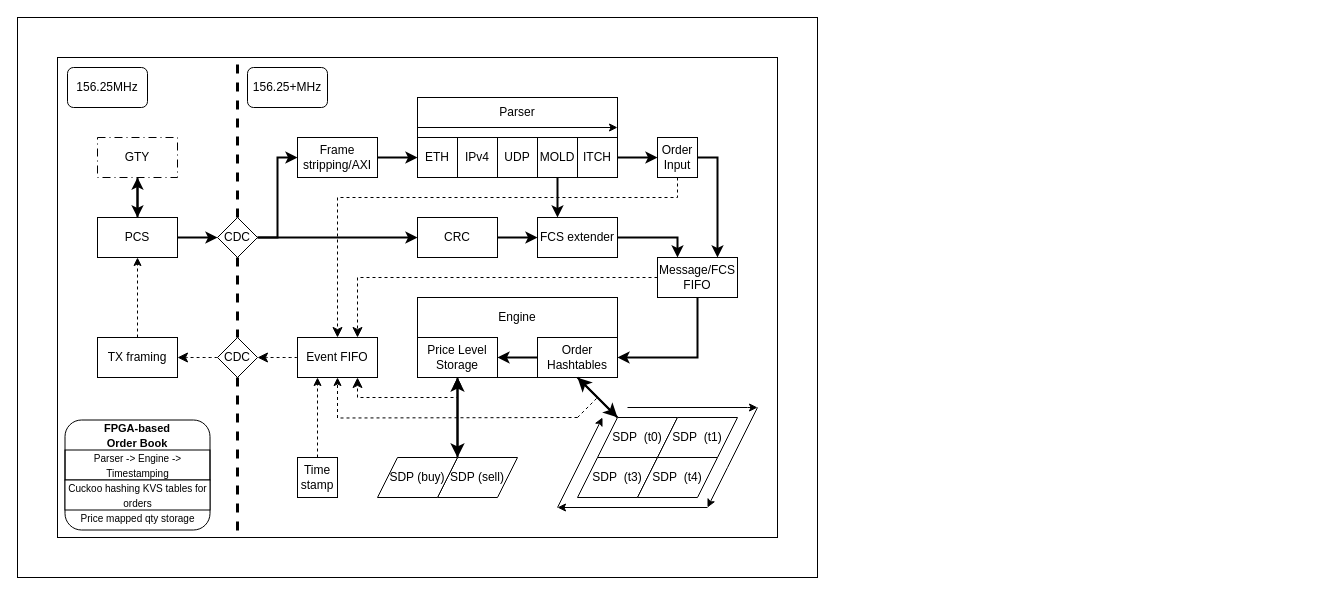
Before: orderbookdiagram.drawio in YummyDog/FPGA_Orderbook, a draw.io diagram. Source tidied: cells renumbered, new cells numbered last; positions are measured from the earlier drawing's top-left corner, leaving out a move shared by most shapes. Both pictures are drawn from the tidied source at 100%, with x=0, y=0 at pixel (17, 17).
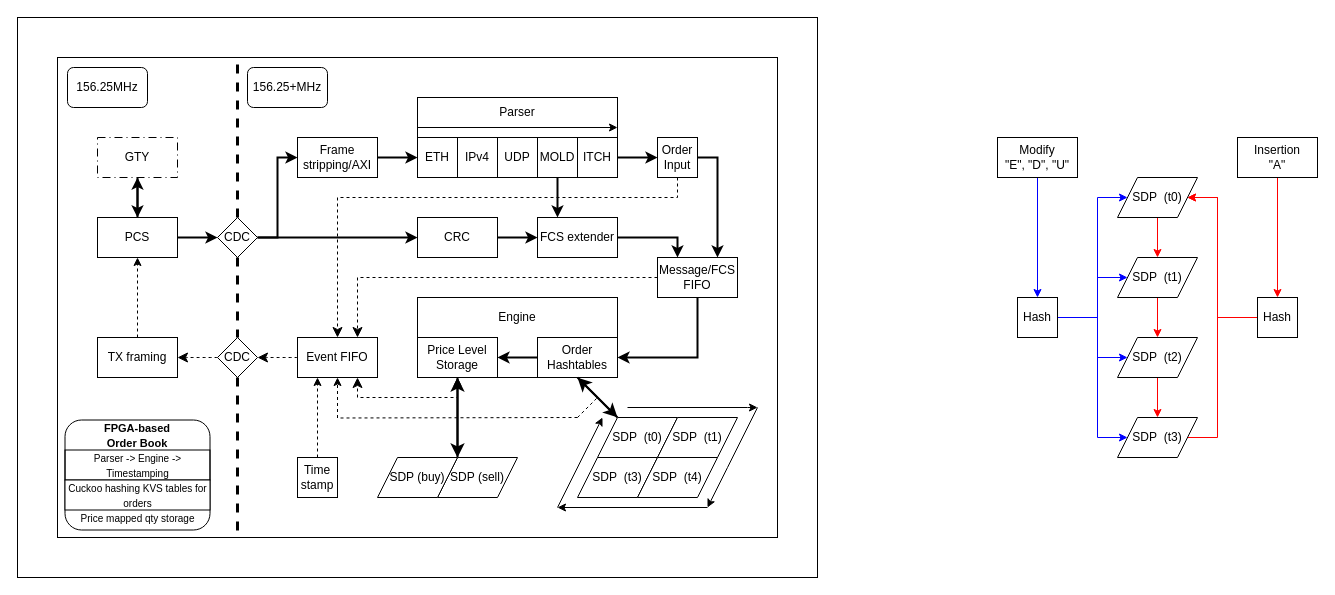
The same page after the edit.

Diff of the diagram source:
```diff
@@
+    <mxCell id="79" style="edgeStyle=orthogonalEdgeStyle;rounded=0;jettySize=auto;html=1;exitX=0.5;exitY=1;exitDx=0;exitDy=0;entryX=0.5;entryY=0;entryDx=0;entryDy=0;strokeColor=#FF0000;" parent="1" edge="1" source="80" target="82">
+      <mxGeometry relative="1" as="geometry" />
+    </mxCell>
+    <mxCell id="80" value="SDP&amp;nbsp; (t0)" style="shape=parallelogram;perimeter=parallelogramPerimeter;whiteSpace=wrap;html=1;shapeInside=1;fixedSize=1;" parent="1" vertex="1">
+      <mxGeometry x="1100" y="160" width="80" height="40" as="geometry" />
+    </mxCell>
+    <mxCell id="81" style="edgeStyle=orthogonalEdgeStyle;rounded=0;jettySize=auto;html=1;exitX=0.5;exitY=1;exitDx=0;exitDy=0;entryX=0.5;entryY=0;entryDx=0;entryDy=0;strokeColor=#FF0000;" parent="1" edge="1" source="82" target="84">
+      <mxGeometry relative="1" as="geometry" />
+    </mxCell>
+    <mxCell id="82" value="SDP&amp;nbsp; (t1)" style="shape=parallelogram;perimeter=parallelogramPerimeter;whiteSpace=wrap;html=1;shapeInside=1;fixedSize=1;" parent="1" vertex="1">
+      <mxGeometry x="1100" y="240" width="80" height="40" as="geometry" />
+    </mxCell>
+    <mxCell id="83" style="edgeStyle=orthogonalEdgeStyle;rounded=0;jettySize=auto;html=1;exitX=0.5;exitY=1;exitDx=0;exitDy=0;entryX=0.5;entryY=0;entryDx=0;entryDy=0;strokeColor=#FF0000;" parent="1" edge="1" source="84" target="86">
+      <mxGeometry relative="1" as="geometry" />
+    </mxCell>
+    <mxCell id="84" value="SDP&amp;nbsp; (t2)" style="shape=parallelogram;perimeter=parallelogramPerimeter;whiteSpace=wrap;html=1;shapeInside=1;fixedSize=1;" parent="1" vertex="1">
+      <mxGeometry x="1100" y="320" width="80" height="40" as="geometry" />
+    </mxCell>
+    <mxCell id="85" style="edgeStyle=orthogonalEdgeStyle;rounded=0;jettySize=auto;html=1;exitX=1;exitY=0.5;exitDx=0;exitDy=0;entryX=1;entryY=0.5;entryDx=0;entryDy=0;strokeColor=#FF0000;" parent="1" edge="1" source="86" target="80">
+      <mxGeometry relative="1" as="geometry">
+        <Array as="points">
+          <mxPoint x="1200" y="420.1" />
+          <mxPoint x="1200" y="180.1" />
+        </Array>
+      </mxGeometry>
+    </mxCell>
+    <mxCell id="86" value="SDP&amp;nbsp; (t3)" style="shape=parallelogram;perimeter=parallelogramPerimeter;whiteSpace=wrap;html=1;shapeInside=1;fixedSize=1;" parent="1" vertex="1">
+      <mxGeometry x="1100" y="400" width="80" height="40" as="geometry" />
+    </mxCell>
+    <mxCell id="87" style="edgeStyle=orthogonalEdgeStyle;rounded=0;jettySize=auto;html=1;exitX=0;exitY=0.5;exitDx=0;exitDy=0;entryX=1;entryY=0.5;entryDx=0;entryDy=0;strokeColor=#FF0000;" parent="1" edge="1" target="80">
+      <mxGeometry relative="1" as="geometry">
+        <mxPoint x="1240" y="300" as="sourcePoint" />
+        <Array as="points">
+          <mxPoint x="1200" y="300" />
+          <mxPoint x="1200" y="180" />
+        </Array>
+      </mxGeometry>
+    </mxCell>
+    <mxCell id="88" value="Hash" style="whiteSpace=wrap;html=1;" parent="1" vertex="1">
+      <mxGeometry x="1240" y="280" width="40" height="40" as="geometry" />
+    </mxCell>
+    <mxCell id="89" style="edgeStyle=orthogonalEdgeStyle;rounded=0;jettySize=auto;html=1;exitX=1;exitY=0.5;exitDx=0;exitDy=0;entryX=0;entryY=0.5;entryDx=0;entryDy=0;strokeColor=#0000FF;" parent="1" edge="1" source="93" target="82">
+      <mxGeometry relative="1" as="geometry">
+        <Array as="points">
+          <mxPoint x="1080" y="300" />
+          <mxPoint x="1080" y="260" />
+        </Array>
+      </mxGeometry>
+    </mxCell>
+    <mxCell id="90" style="edgeStyle=orthogonalEdgeStyle;rounded=0;jettySize=auto;html=1;exitX=1;exitY=0.5;exitDx=0;exitDy=0;entryX=0;entryY=0.5;entryDx=0;entryDy=0;strokeColor=#0000FF;" parent="1" edge="1" source="93" target="80">
+      <mxGeometry relative="1" as="geometry">
+        <Array as="points">
+          <mxPoint x="1080" y="300" />
+          <mxPoint x="1080" y="180" />
+        </Array>
+      </mxGeometry>
+    </mxCell>
+    <mxCell id="91" style="edgeStyle=orthogonalEdgeStyle;rounded=0;jettySize=auto;html=1;exitX=1;exitY=0.5;exitDx=0;exitDy=0;entryX=0;entryY=0.5;entryDx=0;entryDy=0;strokeColor=#0000FF;" parent="1" edge="1" source="93" target="84">
+      <mxGeometry relative="1" as="geometry">
+        <Array as="points">
+          <mxPoint x="1080" y="300" />
+          <mxPoint x="1080" y="340" />
+        </Array>
+      </mxGeometry>
+    </mxCell>
+    <mxCell id="92" style="edgeStyle=orthogonalEdgeStyle;rounded=0;jettySize=auto;html=1;exitX=1;exitY=0.5;exitDx=0;exitDy=0;entryX=0;entryY=0.5;entryDx=0;entryDy=0;strokeColor=#0000FF;" parent="1" edge="1" source="93" target="86">
+      <mxGeometry relative="1" as="geometry">
+        <Array as="points">
+          <mxPoint x="1080" y="300" />
+          <mxPoint x="1080" y="420" />
+        </Array>
+      </mxGeometry>
+    </mxCell>
+    <mxCell id="93" value="Hash" style="whiteSpace=wrap;html=1;" parent="1" vertex="1">
+      <mxGeometry x="1000" y="280" width="40" height="40" as="geometry" />
+    </mxCell>
+    <mxCell id="94" style="edgeStyle=orthogonalEdgeStyle;rounded=0;jettySize=auto;html=1;exitX=0.5;exitY=1;exitDx=0;exitDy=0;entryX=0.5;entryY=0;entryDx=0;entryDy=0;strokeColor=#FF0000;" parent="1" edge="1" source="95" target="88">
+      <mxGeometry relative="1" as="geometry" />
+    </mxCell>
+    <mxCell id="95" value="Insertion&lt;div&gt;&quot;A&quot;&lt;/div&gt;" style="rounded=0;whiteSpace=wrap;html=1;" parent="1" vertex="1">
+      <mxGeometry x="1220" y="120" width="80" height="40" as="geometry" />
+    </mxCell>
+    <mxCell id="96" style="edgeStyle=orthogonalEdgeStyle;rounded=0;jettySize=auto;html=1;exitX=0.5;exitY=1;exitDx=0;exitDy=0;entryX=0.5;entryY=0;entryDx=0;entryDy=0;strokeColor=#0000FF;" parent="1" edge="1" source="97" target="93">
+      <mxGeometry relative="1" as="geometry" />
+    </mxCell>
+    <mxCell id="97" value="Modify&lt;div&gt;&quot;E&quot;, &quot;D&quot;, &quot;U&quot;&lt;/div&gt;" style="rounded=0;whiteSpace=wrap;html=1;" parent="1" vertex="1">
+      <mxGeometry x="980" y="120" width="80" height="40" as="geometry" />
+    </mxCell>
```
